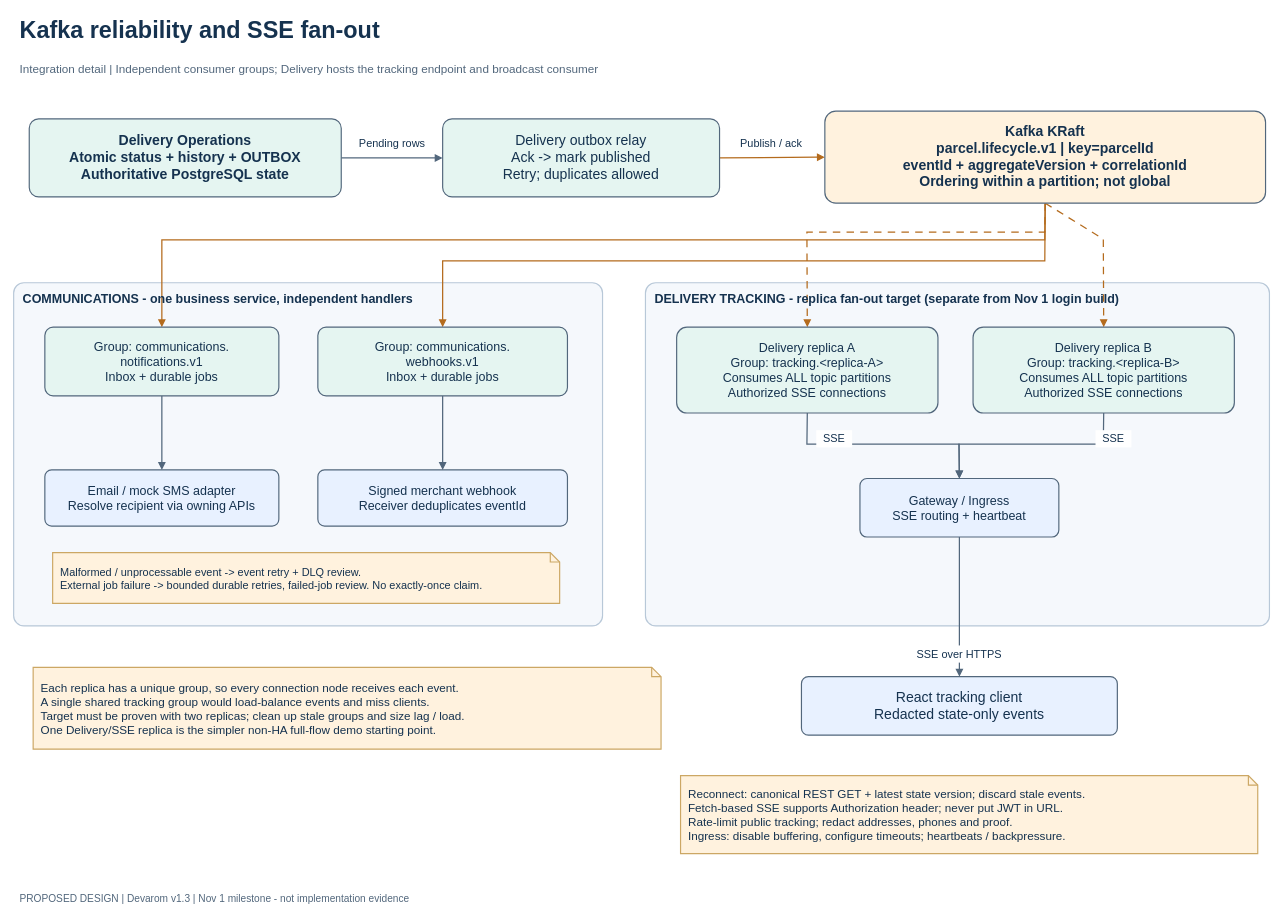
This is docs/diagrams/editable/18_kafka_sse_topology.drawio from Suthankan1/swiftdrop, a draw.io file, before an edit. Source tidied: cells renumbered, new cells numbered last; positions are measured from the earlier drawing's top-left corner, leaving out a move shared by most shapes. Both pictures are drawn from the tidied source at 78%, with x=0, y=0 at pixel (13, 13).
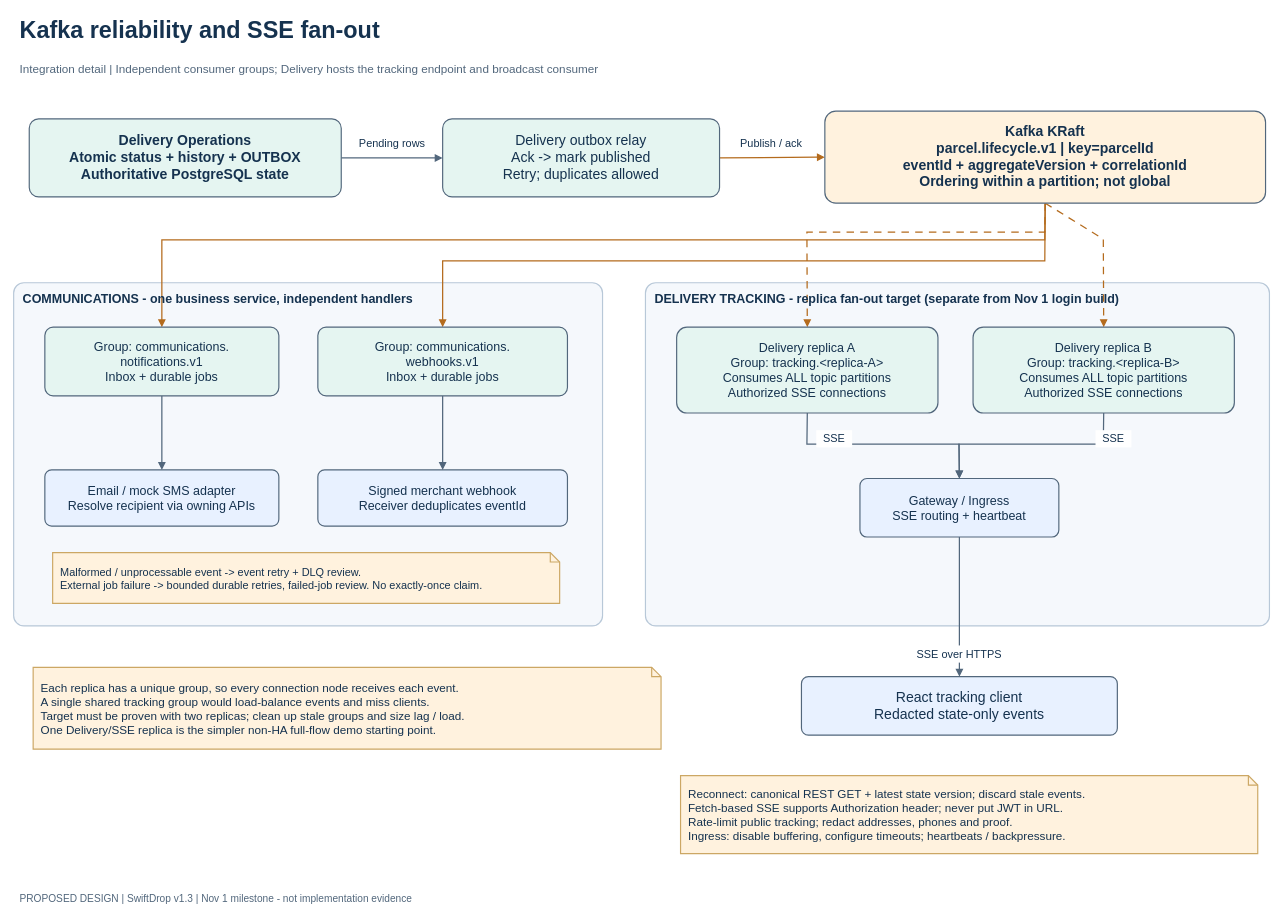
The same page after the edit.

Change to the diagram source:
```diff
@@
-    <mxCell id="17" value="PROPOSED DESIGN | Devarom v1.3 | Nov 1 milestone - not implementation evidence" style="text;html=0;whiteSpace=wrap;align=left;verticalAlign=middle;fontFamily=Helvetica;fontSize=13;fontColor=#52677C;fontStyle=0;fillColor=#FFFFFF;strokeColor=#52677C;strokeWidth=1.5;spacing=10;fillColor=none;strokeColor=none;spacing=0;" parent="1" vertex="1">
+    <mxCell id="17" value="PROPOSED DESIGN | SwiftDrop v1.3 | Nov 1 milestone - not implementation evidence" style="text;html=0;whiteSpace=wrap;align=left;verticalAlign=middle;fontFamily=Helvetica;fontSize=13;fontColor=#52677C;fontStyle=0;fillColor=#FFFFFF;strokeColor=#52677C;strokeWidth=1.5;spacing=10;fillColor=none;strokeColor=none;spacing=0;" parent="1" vertex="1">
       <mxGeometry x="8" y="1120" width="1604" height="30" as="geometry" />
     </mxCell>
```
